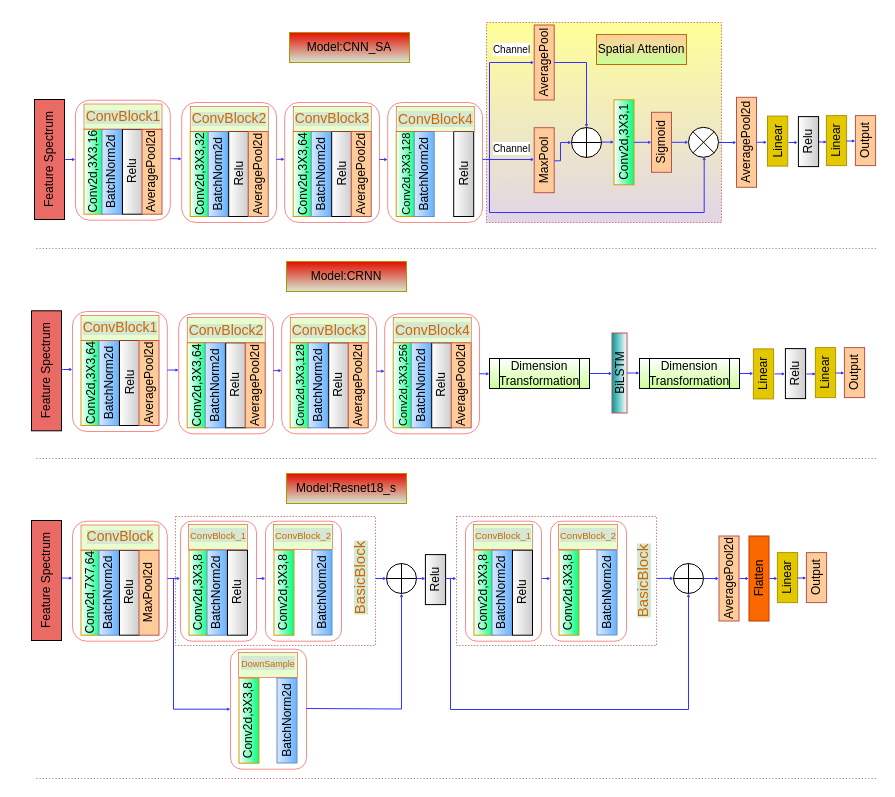
This is 模型框图.drawio from lhwjsj/Diagram, a draw.io file, before an edit. Source tidied: cells renumbered, new cells numbered last; positions are measured from the earlier drawing's top-left corner, leaving out a move shared by most shapes. Both pictures are drawn from the tidied source at 100%, with x=0, y=0 at pixel (-14, 22).
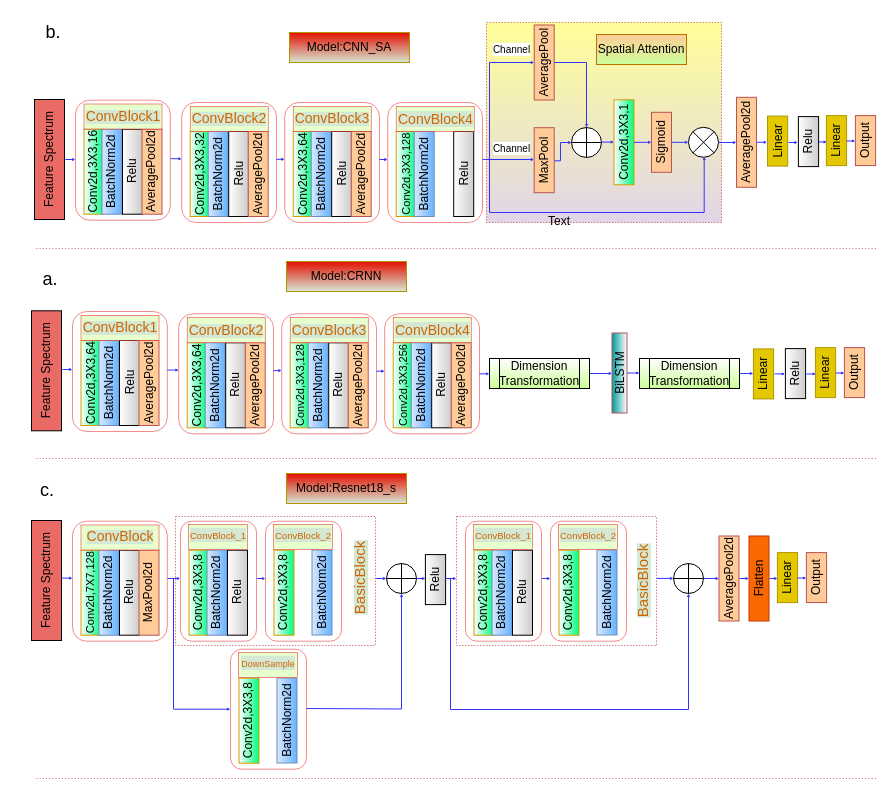
Above is the later version.

Commit message (it also covers changes not shown here):
更新模型框图.drawio

The edit, as a diff of the source:
```diff
@@
-    <mxCell id="123" value="Conv2d,7X7,64" style="rounded=0;whiteSpace=wrap;html=1;fillColor=default;strokeColor=#d79b00;gradientColor=#00FF80;rotation=-90;" parent="1" vertex="1">
+    <mxCell id="123" value="&lt;font style=&quot;font-size: 11px;&quot;&gt;Conv2d,7X7,128&lt;/font&gt;" style="rounded=0;whiteSpace=wrap;html=1;fillColor=default;strokeColor=#d79b00;gradientColor=#00FF80;rotation=-90;" parent="1" vertex="1">
       <mxGeometry x="62" y="560.2" width="85" height="20" as="geometry" />
     </mxCell>
@@
+    <mxCell id="184" value="Text" style="text;html=1;align=center;verticalAlign=middle;whiteSpace=wrap;rounded=0;" parent="1" vertex="1">
+      <mxGeometry x="543" y="184" width="60" height="30" as="geometry" />
+    </mxCell>
+    <mxCell id="185" value="&lt;font style=&quot;font-size: 18px;&quot;&gt;b.&lt;/font&gt;" style="text;html=1;align=center;verticalAlign=middle;whiteSpace=wrap;rounded=0;" parent="1" vertex="1">
+      <mxGeometry x="37" y="-5" width="60" height="30" as="geometry" />
+    </mxCell>
+    <mxCell id="186" value="&lt;font style=&quot;font-size: 18px;&quot;&gt;a.&lt;/font&gt;" style="text;html=1;align=center;verticalAlign=middle;whiteSpace=wrap;rounded=0;" parent="1" vertex="1">
+      <mxGeometry x="34" y="242" width="60" height="30" as="geometry" />
+    </mxCell>
+    <mxCell id="187" value="&lt;font style=&quot;font-size: 18px;&quot;&gt;c.&lt;/font&gt;" style="text;html=1;align=center;verticalAlign=middle;whiteSpace=wrap;rounded=0;" parent="1" vertex="1">
+      <mxGeometry x="31" y="453" width="60" height="30" as="geometry" />
+    </mxCell>
```
